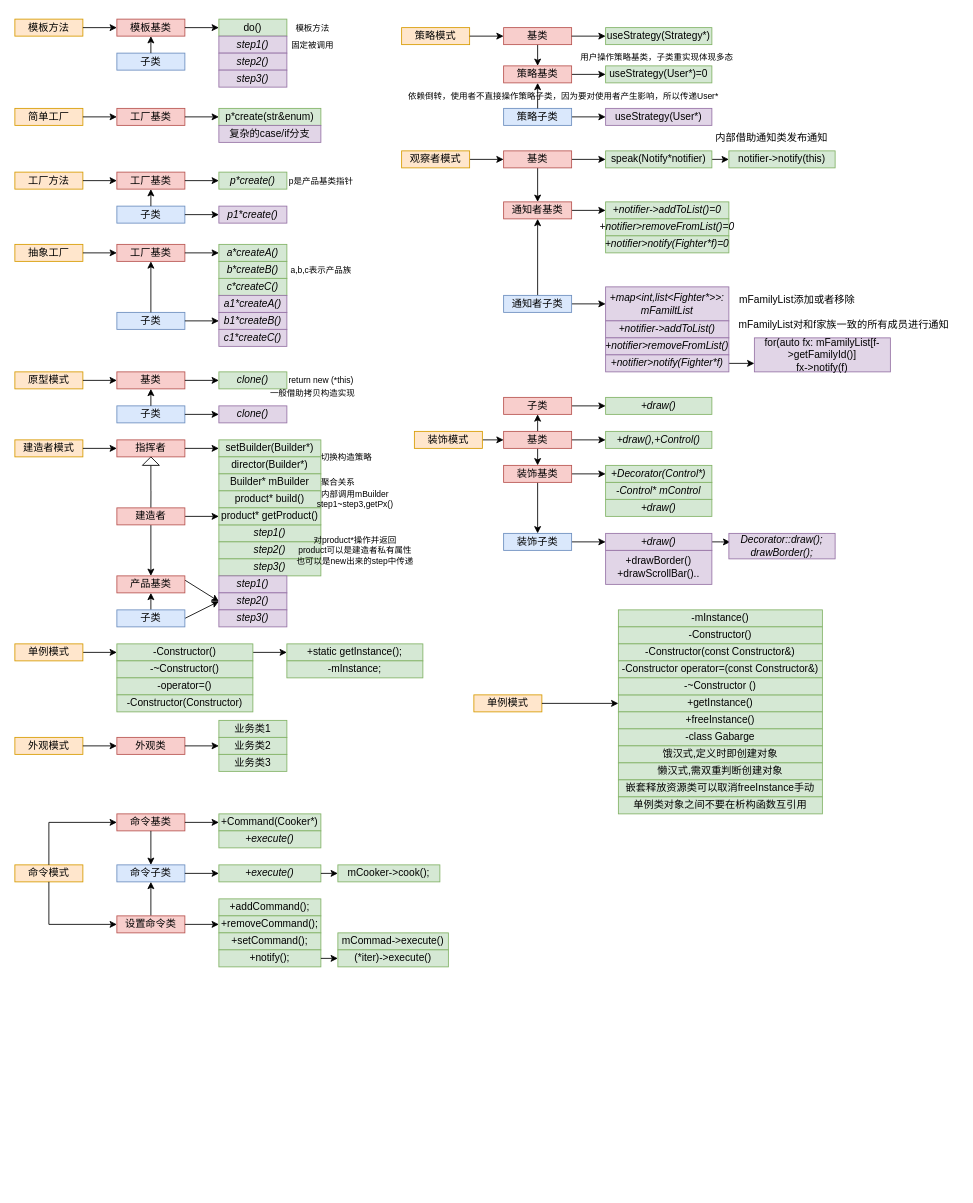
chenbei97/C--DesignMode keeps this draw.io diagram as designMode.drawio. Above is the earlier version. Source tidied: cells renumbered, new cells numbered last; positions are measured from the earlier drawing's top-left corner, leaving out a move shared by most shapes. Both pictures are drawn from the tidied source at 85%, with x=0, y=0 at pixel (14, 14).
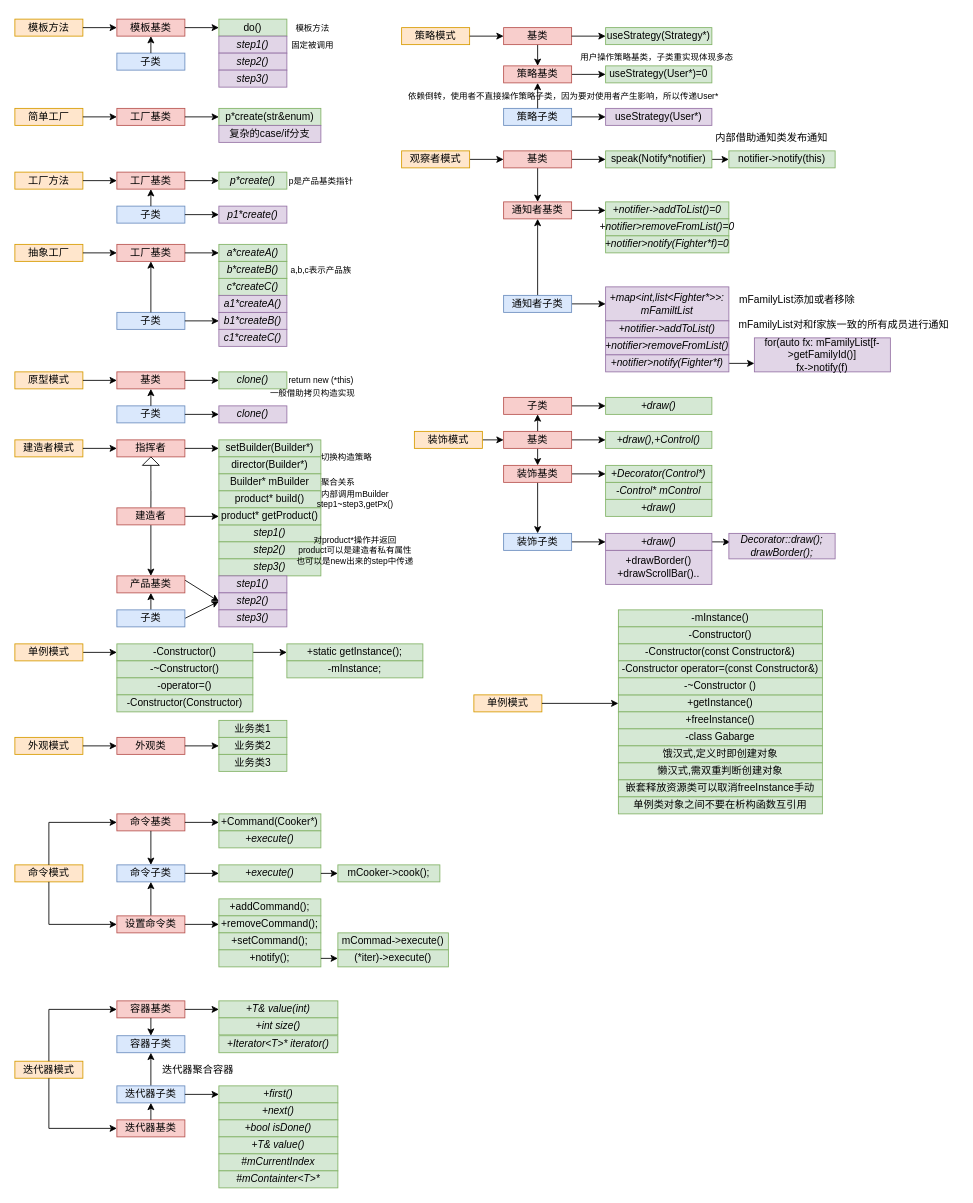
After the change.

The edit, as a diff of the source:
```diff
@@
+    <mxCell id="209" style="group;" parent="1" vertex="1">
+      <mxGeometry y="1160" width="380" height="220" as="geometry" />
+    </mxCell>
+    <mxCell id="210" value="迭代器模式" style="whiteSpace=wrap;html=1;fillColor=#ffe6cc;strokeColor=#d79b00;" parent="209" vertex="1">
+      <mxGeometry y="71" width="80" height="20" as="geometry" />
+    </mxCell>
+    <mxCell id="211" value="容器基类" style="whiteSpace=wrap;html=1;fillColor=#f8cecc;strokeColor=#b85450;" parent="209" vertex="1">
+      <mxGeometry x="120" width="80" height="20" as="geometry" />
+    </mxCell>
+    <mxCell id="212" style="edgeStyle=orthogonalEdgeStyle;rounded=0;html=1;exitX=0.5;exitY=0;exitDx=0;exitDy=0;entryX=0;entryY=0.5;entryDx=0;entryDy=0;" parent="209" edge="1" source="210" target="211">
+      <mxGeometry relative="1" as="geometry" />
+    </mxCell>
+    <mxCell id="213" value="迭代器基类" style="whiteSpace=wrap;html=1;fillColor=#f8cecc;strokeColor=#b85450;" parent="209" vertex="1">
+      <mxGeometry x="120" y="140" width="80" height="20" as="geometry" />
+    </mxCell>
+    <mxCell id="214" style="edgeStyle=orthogonalEdgeStyle;rounded=0;html=1;exitX=0.5;exitY=1;exitDx=0;exitDy=0;entryX=0;entryY=0.5;entryDx=0;entryDy=0;" parent="209" edge="1" source="210" target="213">
+      <mxGeometry relative="1" as="geometry" />
+    </mxCell>
+    <mxCell id="215" value="容器子类" style="whiteSpace=wrap;html=1;fillColor=#dae8fc;strokeColor=#6c8ebf;" parent="209" vertex="1">
+      <mxGeometry x="120" y="41" width="80" height="20" as="geometry" />
+    </mxCell>
+    <mxCell id="216" style="edgeStyle=orthogonalEdgeStyle;rounded=0;html=1;exitX=0.5;exitY=1;exitDx=0;exitDy=0;entryX=0.5;entryY=0;entryDx=0;entryDy=0;" parent="209" edge="1" source="211" target="215">
+      <mxGeometry relative="1" as="geometry" />
+    </mxCell>
+    <mxCell id="217" style="edgeStyle=orthogonalEdgeStyle;rounded=0;html=1;exitX=0.5;exitY=0;exitDx=0;exitDy=0;" parent="209" edge="1" source="218" target="215">
+      <mxGeometry relative="1" as="geometry" />
+    </mxCell>
+    <mxCell id="218" value="迭代器子类" style="whiteSpace=wrap;html=1;fillColor=#dae8fc;strokeColor=#6c8ebf;" parent="209" vertex="1">
+      <mxGeometry x="120" y="100" width="80" height="20" as="geometry" />
+    </mxCell>
+    <mxCell id="219" style="edgeStyle=orthogonalEdgeStyle;rounded=0;html=1;exitX=0.5;exitY=0;exitDx=0;exitDy=0;entryX=0.5;entryY=1;entryDx=0;entryDy=0;" parent="209" edge="1" source="213" target="218">
+      <mxGeometry relative="1" as="geometry" />
+    </mxCell>
+    <mxCell id="220" value="&lt;i&gt;+T&amp;amp; value(int)&lt;/i&gt;" style="whiteSpace=wrap;html=1;fillColor=#d5e8d4;strokeColor=#82b366;" parent="209" vertex="1">
+      <mxGeometry x="240" width="140" height="20" as="geometry" />
+    </mxCell>
+    <mxCell id="221" style="edgeStyle=orthogonalEdgeStyle;rounded=0;html=1;exitX=1;exitY=0.5;exitDx=0;exitDy=0;entryX=0;entryY=0.5;entryDx=0;entryDy=0;" parent="209" edge="1" source="211" target="220">
+      <mxGeometry relative="1" as="geometry" />
+    </mxCell>
+    <mxCell id="222" value="&lt;i&gt;+int size()&lt;/i&gt;" style="whiteSpace=wrap;html=1;fillColor=#d5e8d4;strokeColor=#82b366;" parent="209" vertex="1">
+      <mxGeometry x="240" y="20" width="140" height="20" as="geometry" />
+    </mxCell>
+    <mxCell id="223" value="&lt;i&gt;+Iterator&amp;lt;T&amp;gt;* iterator()&lt;/i&gt;" style="whiteSpace=wrap;html=1;fillColor=#d5e8d4;strokeColor=#82b366;" parent="209" vertex="1">
+      <mxGeometry x="240" y="41" width="140" height="20" as="geometry" />
+    </mxCell>
+    <mxCell id="224" value="&lt;i&gt;+first()&lt;/i&gt;" style="whiteSpace=wrap;html=1;fillColor=#d5e8d4;strokeColor=#82b366;" parent="209" vertex="1">
+      <mxGeometry x="240" y="100" width="140" height="20" as="geometry" />
+    </mxCell>
+    <mxCell id="225" style="edgeStyle=orthogonalEdgeStyle;rounded=0;html=1;exitX=1;exitY=0.5;exitDx=0;exitDy=0;entryX=0;entryY=0.5;entryDx=0;entryDy=0;" parent="209" edge="1" source="218" target="224">
+      <mxGeometry relative="1" as="geometry" />
+    </mxCell>
+    <mxCell id="226" value="&lt;i&gt;+next()&lt;/i&gt;" style="whiteSpace=wrap;html=1;fillColor=#d5e8d4;strokeColor=#82b366;" parent="209" vertex="1">
+      <mxGeometry x="240" y="120" width="140" height="20" as="geometry" />
+    </mxCell>
+    <mxCell id="227" value="&lt;i&gt;+bool isDone()&lt;/i&gt;" style="whiteSpace=wrap;html=1;fillColor=#d5e8d4;strokeColor=#82b366;" parent="209" vertex="1">
+      <mxGeometry x="240" y="140" width="140" height="20" as="geometry" />
+    </mxCell>
+    <mxCell id="228" value="&lt;i&gt;+T&amp;amp; value()&lt;/i&gt;" style="whiteSpace=wrap;html=1;fillColor=#d5e8d4;strokeColor=#82b366;" parent="209" vertex="1">
+      <mxGeometry x="240" y="160" width="140" height="20" as="geometry" />
+    </mxCell>
+    <mxCell id="229" value="&lt;i&gt;#mCurrentIndex&lt;/i&gt;" style="whiteSpace=wrap;html=1;fillColor=#d5e8d4;strokeColor=#82b366;" parent="209" vertex="1">
+      <mxGeometry x="240" y="180" width="140" height="20" as="geometry" />
+    </mxCell>
+    <mxCell id="230" value="&lt;i&gt;#mContainter&amp;lt;T&amp;gt;*&lt;/i&gt;" style="whiteSpace=wrap;html=1;fillColor=#d5e8d4;strokeColor=#82b366;" parent="209" vertex="1">
+      <mxGeometry x="240" y="200" width="140" height="20" as="geometry" />
+    </mxCell>
+    <mxCell id="231" value="迭代器聚合容器" style="text;html=1;align=center;verticalAlign=middle;strokeColor=none;fillColor=none;" parent="209" vertex="1">
+      <mxGeometry x="160" y="65.5" width="110" height="30" as="geometry" />
+    </mxCell>
```
